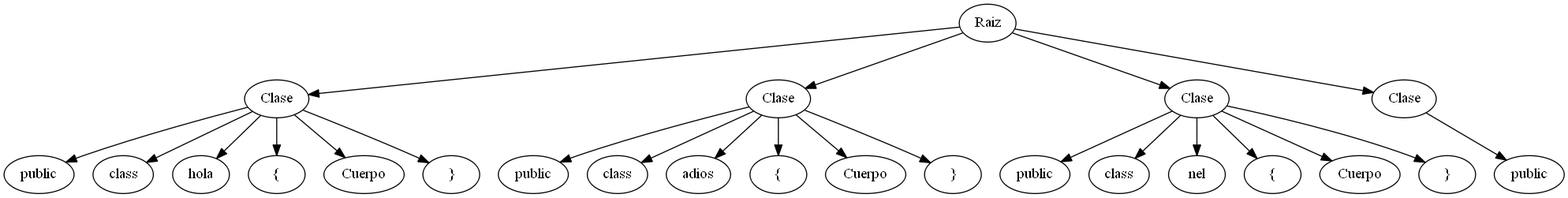
Earlier version of the Graphviz export Pagina web/Reportes/Arbol.png (JoseTg1904/OLC1_Proyecto2_201700965). Its source is kept beside it as Pagina web/Reportes/Arbol.dot. Source of this version:
```dot
digraph Arbol{
"raiz" [label = "Raiz"]
"clase0"[label = "Clase"]
"raiz" -> "clase0"
"tk_public11" [label = "public"]
clase0 -> "tk_public11"
"tk_class18" [label = "class"]
clase0 -> "tk_class18"
"tk_identificador114" [label = "hola"]
clase0 -> "tk_identificador114"
"tk_llaveA118" [label = "{"]
clase0 -> "tk_llaveA118"
"CuerpoClase1" [label = "Cuerpo"]
"clase0" -> "CuerpoClase1"
"tk_llaveC119" [label = "}"]
clase0 -> "tk_llaveC119"
"clase2"[label = "Clase"]
"raiz" -> "clase2"
"tk_public121" [label = "public"]
clase2 -> "tk_public121"
"tk_class128" [label = "class"]
clase2 -> "tk_class128"
"tk_identificador134" [label = "adios"]
clase2 -> "tk_identificador134"
"tk_llaveA139" [label = "{"]
clase2 -> "tk_llaveA139"
"CuerpoClase3" [label = "Cuerpo"]
"clase2" -> "CuerpoClase3"
"tk_llaveC140" [label = "}"]
clase2 -> "tk_llaveC140"
"clase4"[label = "Clase"]
"raiz" -> "clase4"
"tk_public21" [label = "public"]
clase4 -> "tk_public21"
"tk_class28" [label = "class"]
clase4 -> "tk_class28"
"tk_identificador214" [label = "nel"]
clase4 -> "tk_identificador214"
"tk_llaveA217" [label = "{"]
clase4 -> "tk_llaveA217"
"CuerpoClase5" [label = "Cuerpo"]
"clase4" -> "CuerpoClase5"
"tk_llaveC218" [label = "}"]
clase4 -> "tk_llaveC218"
"clase6"[label = "Clase"]
"raiz" -> "clase6"
"tk_public31" [label = "public"]
clase6 -> "tk_public31"
}
```
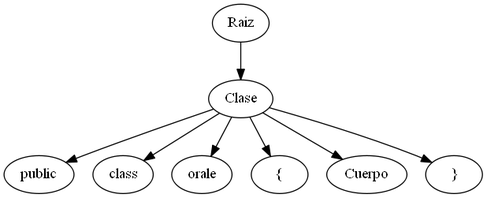
The same diagram one commit later.

What changed in the source:
```diff
@@ -6,44 +6,12 @@
 clase0 -> "tk_public11"
 "tk_class18" [label = "class"]
 clase0 -> "tk_class18"
-"tk_identificador114" [label = "hola"]
+"tk_identificador114" [label = "orale"]
 clase0 -> "tk_identificador114"
-"tk_llaveA118" [label = "{"]
-clase0 -> "tk_llaveA118"
+"tk_llaveA119" [label = "{"]
+clase0 -> "tk_llaveA119"
 "CuerpoClase1" [label = "Cuerpo"]
 "clase0" -> "CuerpoClase1"
-"tk_llaveC119" [label = "}"]
-clase0 -> "tk_llaveC119"
-"clase2"[label = "Clase"]
-"raiz" -> "clase2"
-"tk_public121" [label = "public"]
-clase2 -> "tk_public121"
-"tk_class128" [label = "class"]
-clase2 -> "tk_class128"
-"tk_identificador134" [label = "adios"]
-clase2 -> "tk_identificador134"
-"tk_llaveA139" [label = "{"]
-clase2 -> "tk_llaveA139"
-"CuerpoClase3" [label = "Cuerpo"]
-"clase2" -> "CuerpoClase3"
-"tk_llaveC140" [label = "}"]
-clase2 -> "tk_llaveC140"
-"clase4"[label = "Clase"]
-"raiz" -> "clase4"
-"tk_public21" [label = "public"]
-clase4 -> "tk_public21"
-"tk_class28" [label = "class"]
-clase4 -> "tk_class28"
-"tk_identificador214" [label = "nel"]
-clase4 -> "tk_identificador214"
-"tk_llaveA217" [label = "{"]
-clase4 -> "tk_llaveA217"
-"CuerpoClase5" [label = "Cuerpo"]
-"clase4" -> "CuerpoClase5"
-"tk_llaveC218" [label = "}"]
-clase4 -> "tk_llaveC218"
-"clase6"[label = "Clase"]
-"raiz" -> "clase6"
-"tk_public31" [label = "public"]
-clase6 -> "tk_public31"
+"tk_llaveC120" [label = "}"]
+clase0 -> "tk_llaveC120"
 }
```
